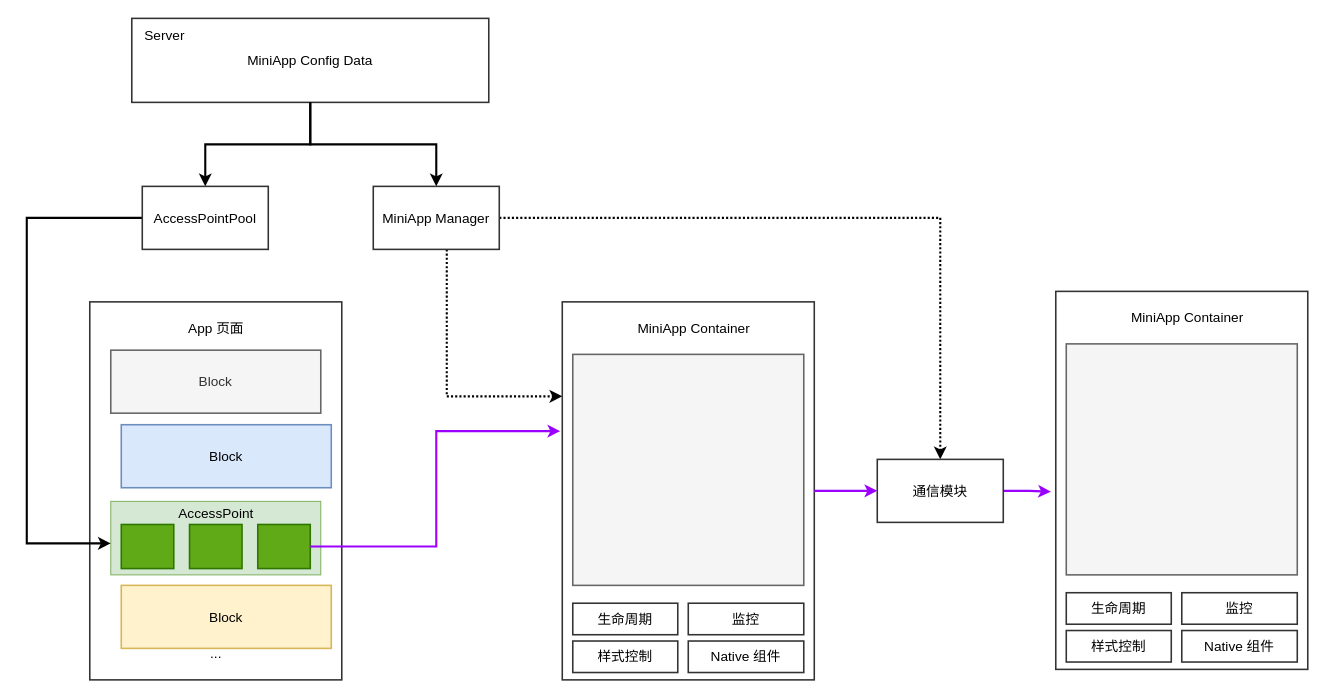
This is page "交互" (6 of 8) of 未命名绘图.drawio from ashen-23/DrawIORepo, a draw.io file, before an edit. Source tidied: cells renumbered, new cells numbered last; positions are measured from the earlier drawing's top-left corner, leaving out a move shared by most shapes. Both pictures are drawn from the tidied source at 105%, with x=0, y=0 at pixel (26, 18).
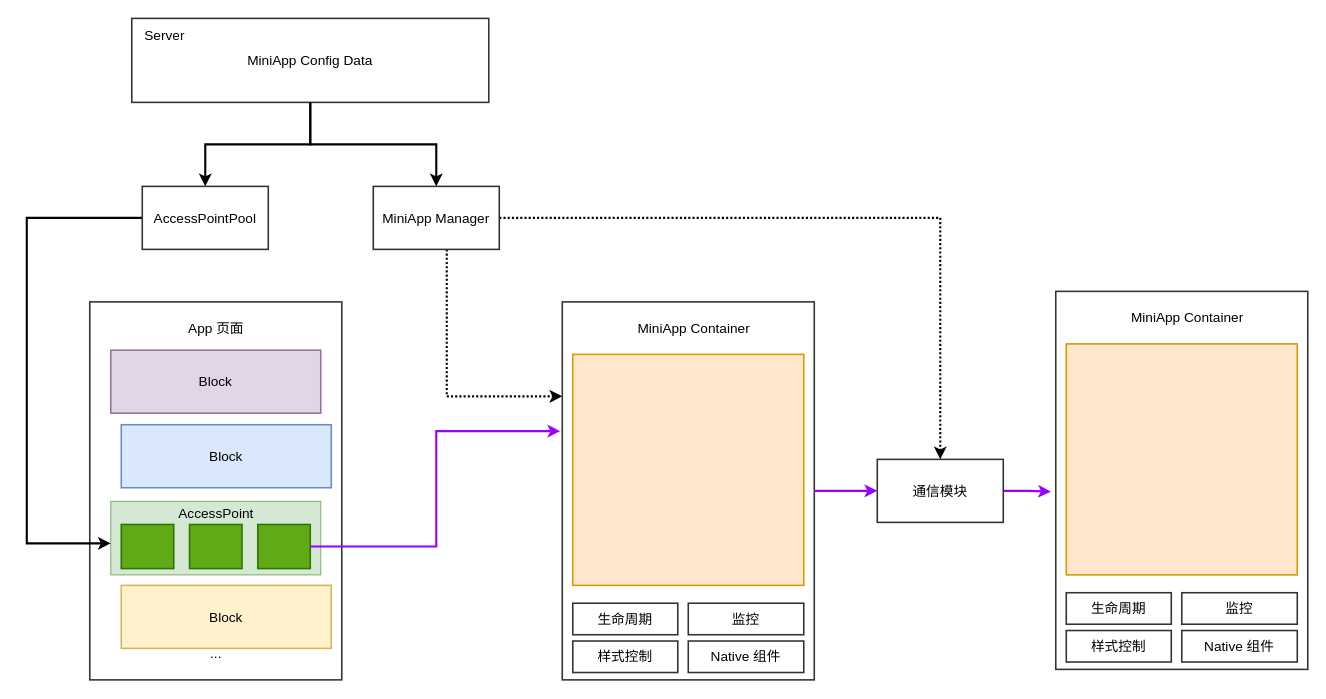
After the change.

Unchanged cells that the change refers to:
```xml
<mxCell id="2" style="group;" parent="1" vertex="1">
  <mxGeometry x="60" y="270" width="240" height="360" as="geometry" />
</mxCell>
<mxCell id="16" style="group;" parent="1" vertex="1">
  <mxGeometry x="510" y="270" width="240" height="360" as="geometry" />
</mxCell>
<mxCell id="34" style="group;" parent="1" vertex="1">
  <mxGeometry x="980" y="260" width="240" height="360" as="geometry" />
</mxCell>
```

Diff of the diagram source:
```diff
@@
-    <mxCell id="5" value="Block" style="whiteSpace=wrap;html=1;rounded=0;shadow=0;glass=0;strokeColor=#666666;strokeWidth=1.5;fontSize=13;fontColor=#333333;fillColor=#f5f5f5;" parent="2" vertex="1">
+    <mxCell id="5" value="Block" style="whiteSpace=wrap;html=1;rounded=0;shadow=0;glass=0;strokeColor=#9673a6;strokeWidth=1.5;fontSize=13;fillColor=#e1d5e7;" parent="2" vertex="1">
       <mxGeometry x="20" y="46" width="200" height="60" as="geometry" />
     </mxCell>
@@
-    <mxCell id="19" style="whiteSpace=wrap;html=1;rounded=0;shadow=0;glass=0;strokeColor=#666666;strokeWidth=1.5;fontSize=13;fontColor=#333333;fillColor=#f5f5f5;" parent="16" vertex="1">
+    <mxCell id="19" style="whiteSpace=wrap;html=1;rounded=0;shadow=0;glass=0;strokeColor=#d79b00;strokeWidth=1.5;fontSize=13;fillColor=#ffe6cc;" parent="16" vertex="1">
       <mxGeometry x="10" y="50" width="220" height="220" as="geometry" />
     </mxCell>
@@
-    <mxCell id="37" style="whiteSpace=wrap;html=1;rounded=0;shadow=0;glass=0;strokeColor=#666666;strokeWidth=1.5;fontSize=13;fontColor=#333333;fillColor=#f5f5f5;" parent="34" vertex="1">
+    <mxCell id="37" style="whiteSpace=wrap;html=1;rounded=0;shadow=0;glass=0;strokeColor=#d79b00;strokeWidth=1.5;fontSize=13;fillColor=#ffe6cc;" parent="34" vertex="1">
       <mxGeometry x="10" y="50" width="220" height="220" as="geometry" />
     </mxCell>
```
